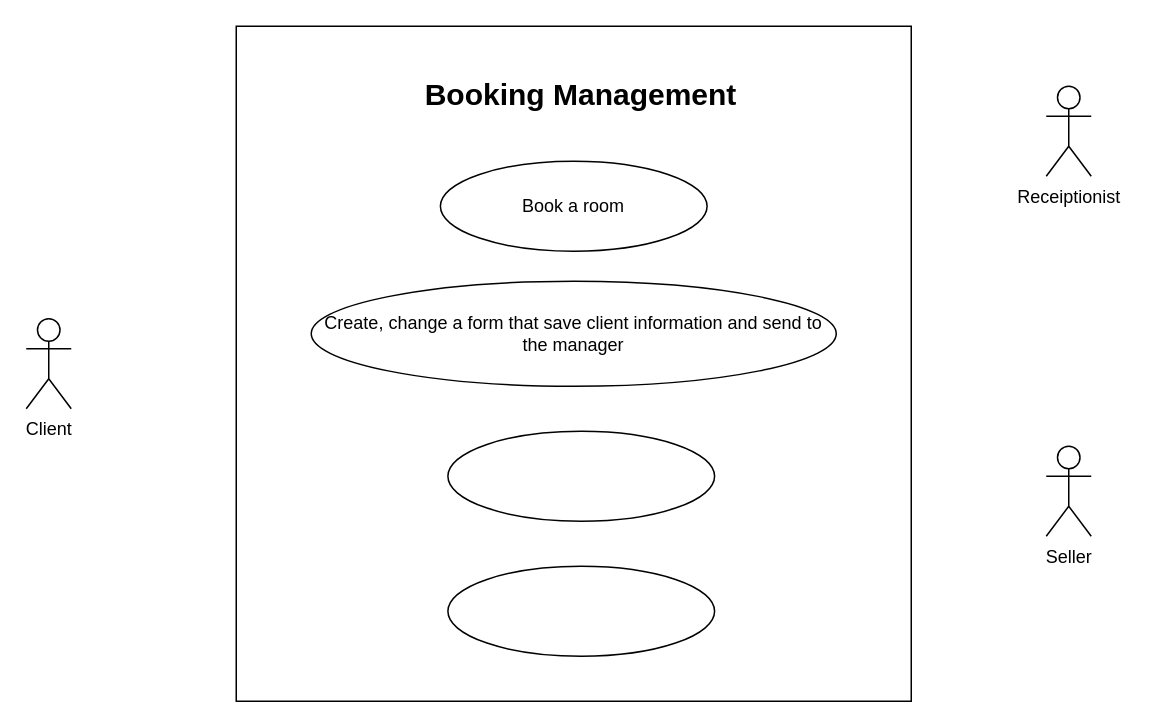
This is Booking.drawio from DuongHoang2111/se-mid-term, a draw.io file, before an edit. Source tidied: cells renumbered, new cells numbered last; positions are measured from the earlier drawing's top-left corner, leaving out a move shared by most shapes. Both pictures are drawn from the tidied source at 150%, with x=0, y=0 at pixel (26, 26).
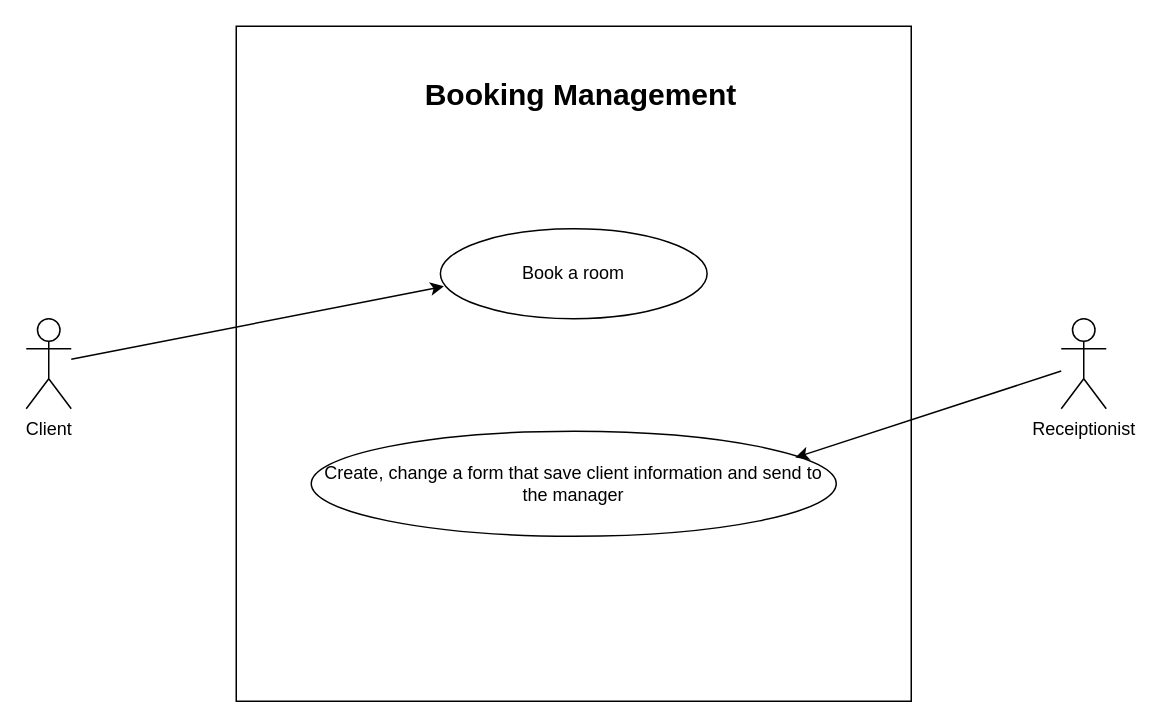
After the change.

Diff of the diagram source:
```diff
@@
 <mxGraphModel>
   <root>
     <mxCell id="0" />
     <mxCell id="1" parent="0" />
     <mxCell id="2" style="whiteSpace=wrap;html=1;" parent="1" vertex="1">
       <mxGeometry x="140" width="450" height="450" as="geometry" />
     </mxCell>
     <mxCell id="3" value="Create, change a form that save client information and send to the manager" style="ellipse;whiteSpace=wrap;html=1;" parent="1" vertex="1">
-      <mxGeometry x="190" y="170" width="350" height="70" as="geometry" />
+      <mxGeometry x="190" y="270" width="350" height="70" as="geometry" />
     </mxCell>
-    <mxCell id="4" style="ellipse;whiteSpace=wrap;html=1;" parent="1" vertex="1">
-      <mxGeometry x="281.1" y="360" width="177.8" height="60" as="geometry" />
-    </mxCell>
-    <mxCell id="5" style="ellipse;whiteSpace=wrap;html=1;" parent="1" vertex="1">
-      <mxGeometry x="281.1" y="270" width="177.8" height="60" as="geometry" />
-    </mxCell>
     <mxCell id="6" value="Book a room" style="ellipse;whiteSpace=wrap;html=1;" parent="1" vertex="1">
-      <mxGeometry x="276.1" y="90" width="177.8" height="60" as="geometry" />
+      <mxGeometry x="276.1" y="135" width="177.8" height="60" as="geometry" />
     </mxCell>
     <mxCell id="7" value="Booking Management" style="text;html=1;strokeColor=none;fillColor=none;align=center;verticalAlign=middle;whiteSpace=wrap;rounded=0;fontSize=20;fontStyle=1;" parent="1" vertex="1">
       <mxGeometry x="220" y="30" width="300" height="30" as="geometry" />
     </mxCell>
     <mxCell id="8" value="Client" style="shape=umlActor;verticalLabelPosition=bottom;verticalAlign=top;html=1;outlineConnect=0;" parent="1" vertex="1">
       <mxGeometry y="195" width="30" height="60" as="geometry" />
     </mxCell>
     <mxCell id="9" value="Receiptionist" style="shape=umlActor;verticalLabelPosition=bottom;verticalAlign=top;html=1;outlineConnect=0;" parent="1" vertex="1">
-      <mxGeometry x="680" y="40" width="30" height="60" as="geometry" />
+      <mxGeometry x="690" y="195" width="30" height="60" as="geometry" />
     </mxCell>
-    <mxCell id="10" value="Seller" style="shape=umlActor;verticalLabelPosition=bottom;verticalAlign=top;html=1;" parent="1" vertex="1">
-      <mxGeometry x="680" y="280" width="30" height="60" as="geometry" />
-    </mxCell>
+    <mxCell id="11" style="endArrow=classic;html=1;rounded=0;entryX=0.013;entryY=0.64;entryDx=0;entryDy=0;entryPerimeter=0;" parent="1" edge="1" source="8" target="6">
+      <mxGeometry relative="1" as="geometry" />
+    </mxCell>
+    <mxCell id="12" style="endArrow=classic;html=1;rounded=0;entryX=0.922;entryY=0.251;entryDx=0;entryDy=0;entryPerimeter=0;" parent="1" edge="1" source="9" target="3">
+      <mxGeometry relative="1" as="geometry" />
+    </mxCell>
   </root>
 </mxGraphModel>
```
